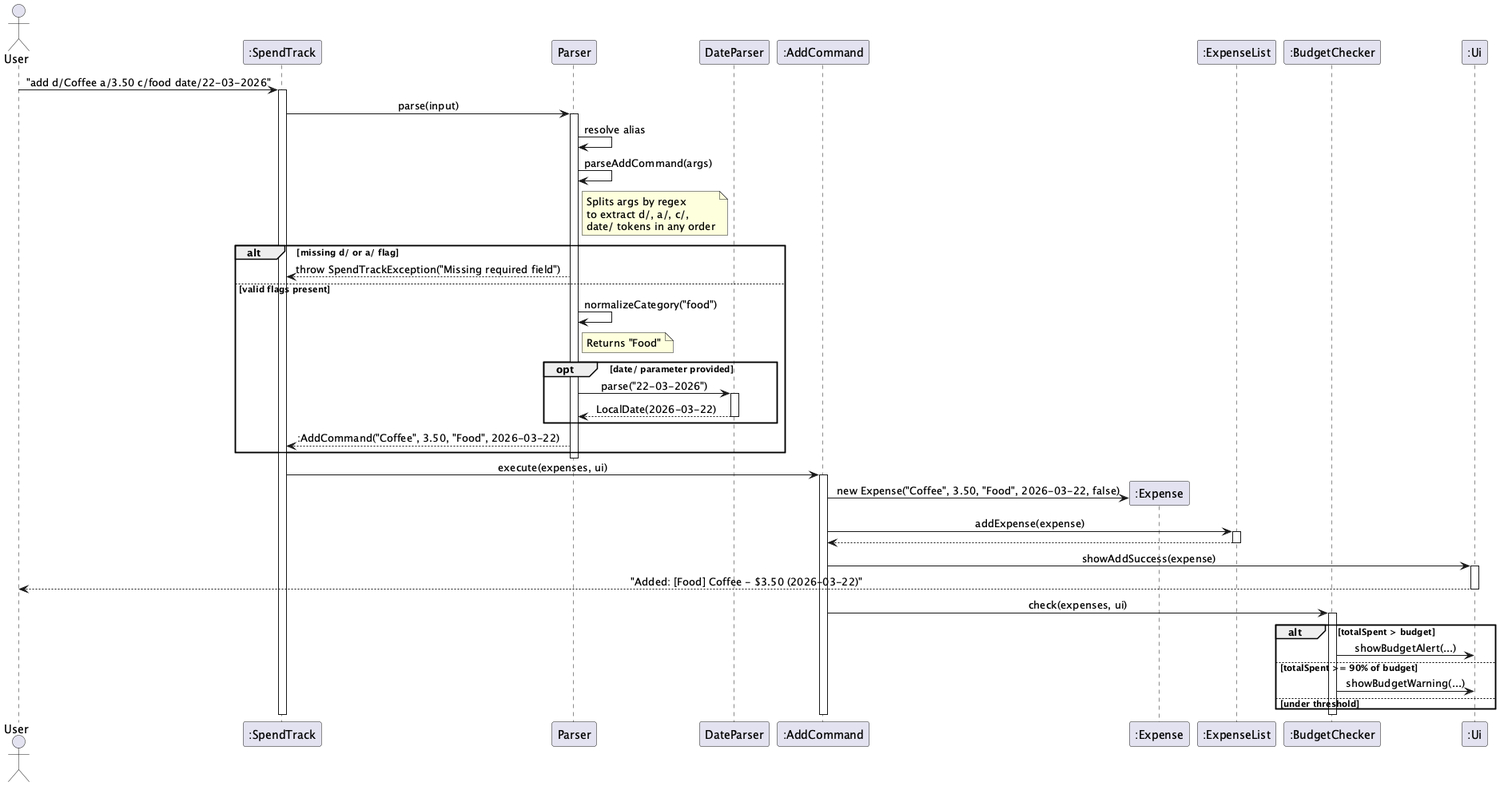
Earlier version of the PlantUML export docs/images/AddCommandSequence.png (AbhijitBalajee/tp).
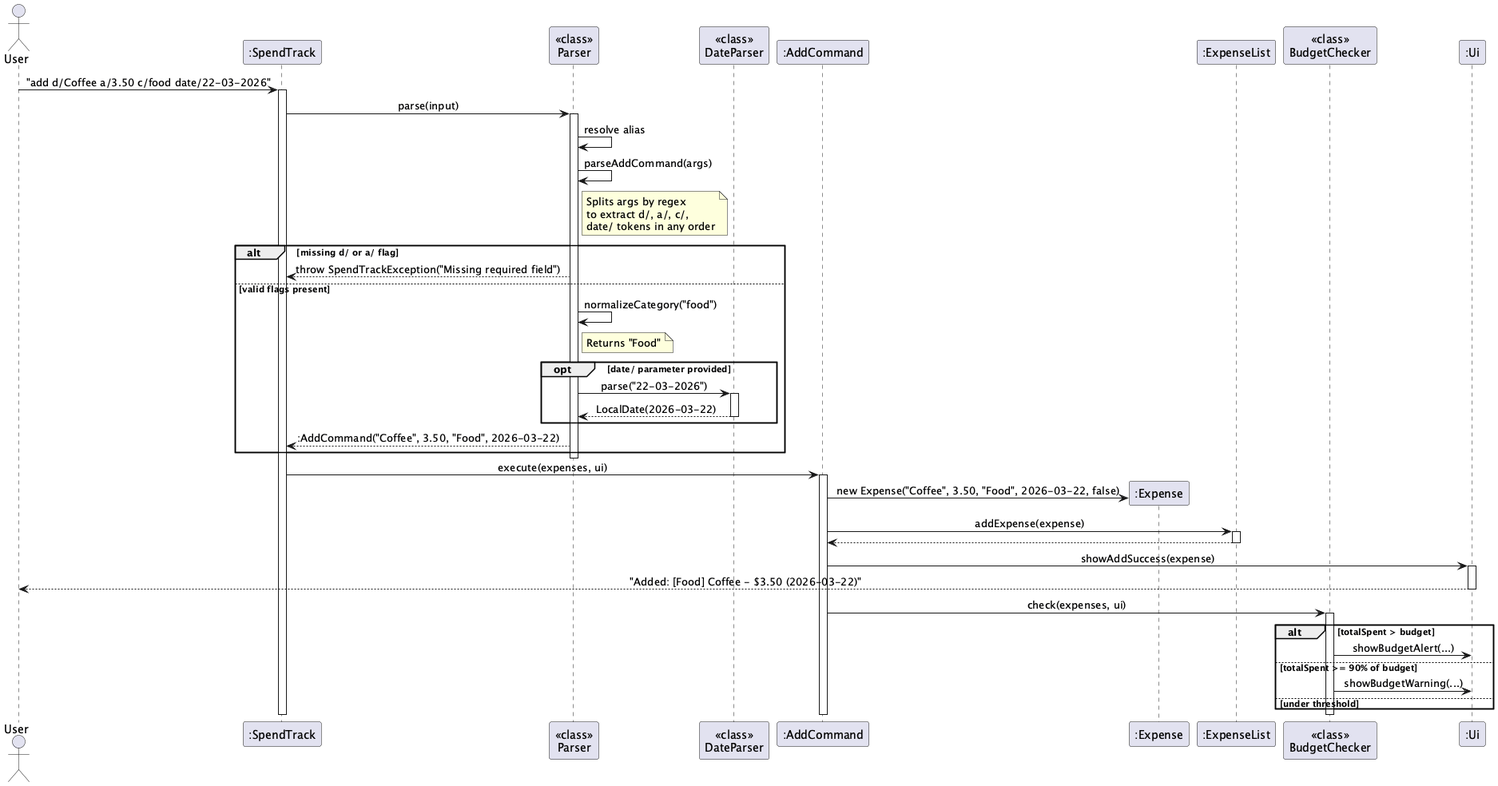
After the change.

Commit message:
fix: add <<class>> notation to static classes in sequence diagrams

Change to the diagram source:
```diff
@@ -5,12 +5,12 @@
 
 actor User
 participant ":SpendTrack" as ST
-participant "Parser" as P
-participant "DateParser" as DP
+participant "<<class>>\nParser" as P
+participant "<<class>>\nDateParser" as DP
 participant ":AddCommand" as AC
 participant ":Expense" as E
 participant ":ExpenseList" as EL
-participant ":BudgetChecker" as BC
+participant "<<class>>\nBudgetChecker" as BC
 participant ":Ui" as UI
 
 User -> ST : "add d/Coffee a/3.50 c/food date/22-03-2026"
```
